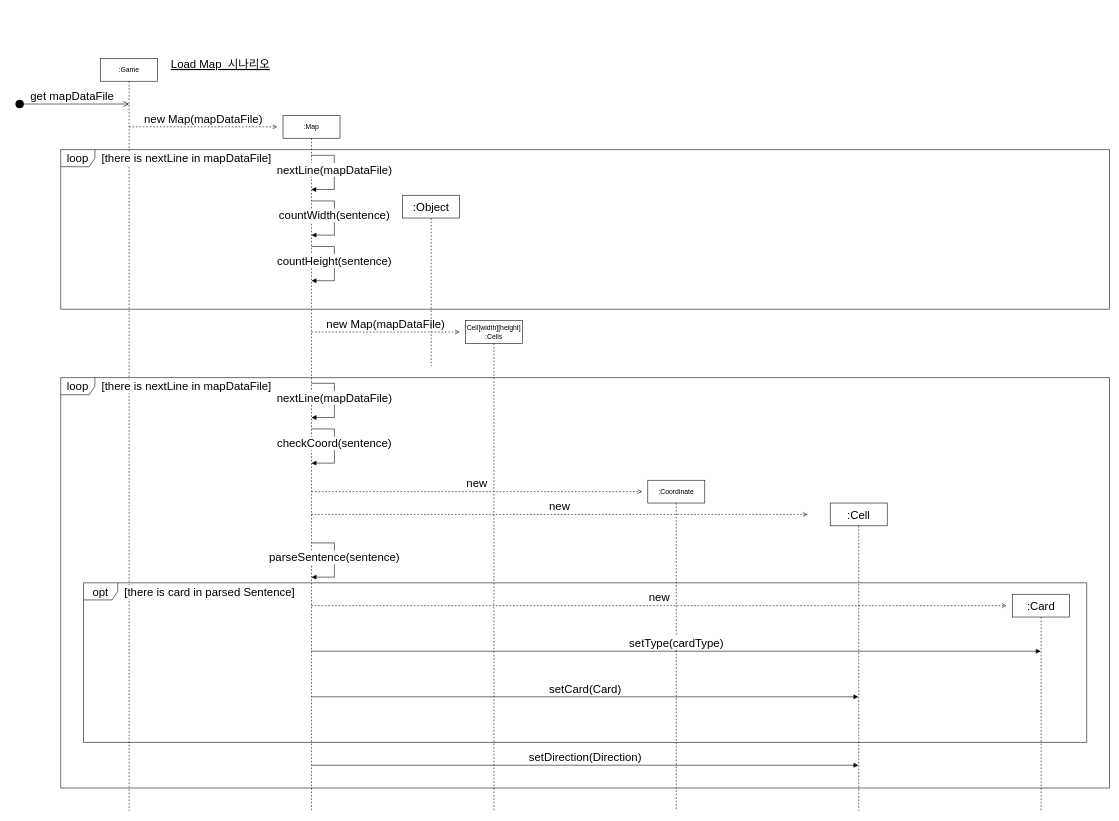
Earlier version of the draw.io diagram page "페이지-6" (6 of 7) of UML/usecase_Diagram.drawio (nakyoung98/softwareEnginnering). Source tidied: cells renumbered, new cells numbered last; positions are measured from the earlier drawing's top-left corner, leaving out a move shared by most shapes. Both pictures are drawn from the tidied source at 57%, with x=0, y=0 at pixel (15, 55).
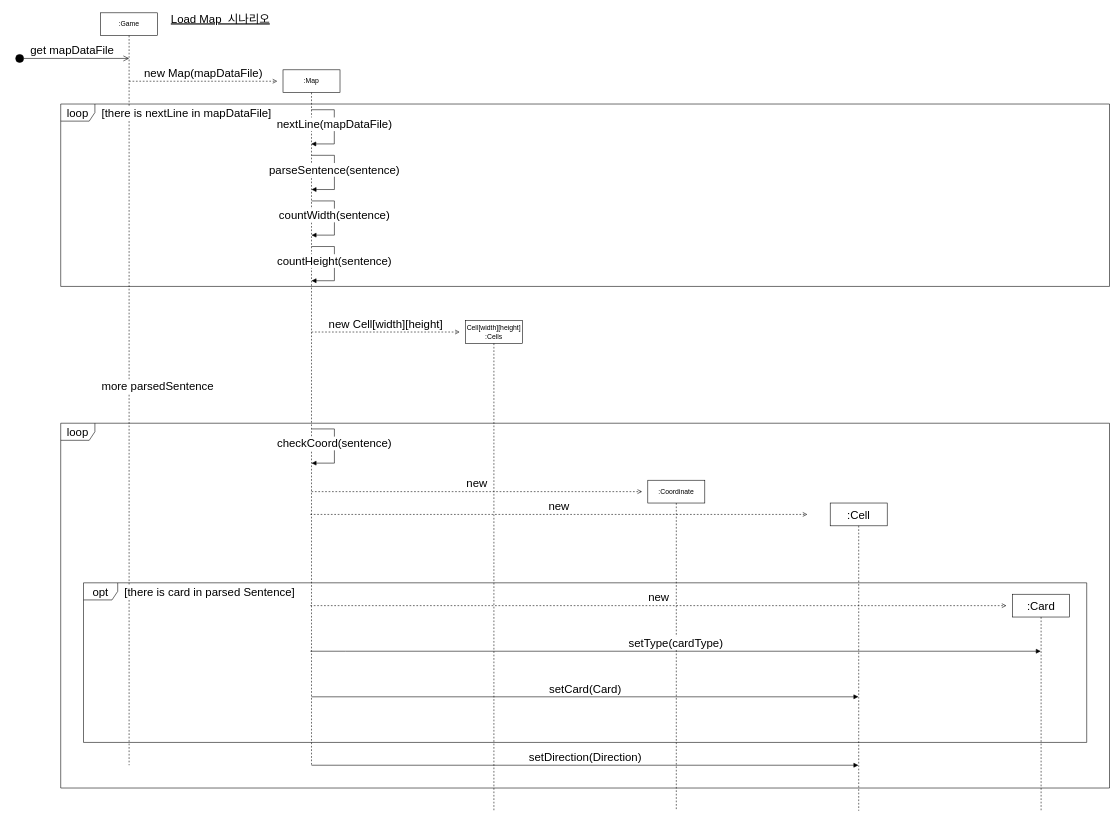
The same diagram, later.

Unchanged cells that the change refers to:
```xml
<mxCell id="3" value="opt" style="shape=umlFrame;whiteSpace=wrap;html=1;labelBackgroundColor=default;fontSize=20;" parent="1" vertex="1">
  <mxGeometry x="120" y="925" width="1760" height="280" as="geometry" />
</mxCell>
<mxCell id="20" value=":Cell" style="shape=umlLifeline;perimeter=lifelinePerimeter;whiteSpace=wrap;html=1;outlineConnect=0;fontSize=20;" parent="1" vertex="1">
  <mxGeometry x="1430" y="785" width="100" height="540" as="geometry" />
</mxCell>
<mxCell id="26" value=":Card" style="shape=umlLifeline;perimeter=lifelinePerimeter;whiteSpace=wrap;html=1;outlineConnect=0;fontSize=20;" parent="1" vertex="1">
  <mxGeometry x="1750" y="945" width="100" height="380" as="geometry" />
</mxCell>
```

The edit, as a diff of the source:
```diff
@@
     <mxCell id="2" value="loop" style="shape=umlFrame;whiteSpace=wrap;html=1;labelBackgroundColor=default;fontSize=20;" parent="1" vertex="1">
-      <mxGeometry x="80" y="565" width="1840" height="720" as="geometry" />
+      <mxGeometry x="80" y="645" width="1840" height="640" as="geometry" />
     </mxCell>
@@
     <mxCell id="4" value="loop" style="shape=umlFrame;whiteSpace=wrap;html=1;labelBackgroundColor=default;fontSize=20;" parent="1" vertex="1">
-      <mxGeometry x="80" y="165" width="1840" height="280" as="geometry" />
+      <mxGeometry x="80" y="85" width="1840" height="320" as="geometry" />
     </mxCell>
     <mxCell id="5" value=":Game" style="shape=umlLifeline;perimeter=lifelinePerimeter;whiteSpace=wrap;html=1;labelBackgroundColor=default;" parent="1" vertex="1">
-      <mxGeometry x="150" y="5" width="100" height="1320" as="geometry" />
+      <mxGeometry x="150" y="-75" width="100" height="1320" as="geometry" />
     </mxCell>
@@
     <mxCell id="8" value=":Map" style="shape=umlLifeline;perimeter=lifelinePerimeter;whiteSpace=wrap;html=1;outlineConnect=0;" parent="1" vertex="1">
-      <mxGeometry x="470" y="105" width="100" height="1220" as="geometry" />
+      <mxGeometry x="470" y="25" width="100" height="1220" as="geometry" />
     </mxCell>
     <mxCell id="9" value="countWidth(sentence)" style="html=1;verticalAlign=bottom;endArrow=block;rounded=0;fontSize=20;" parent="8" edge="1">
       <mxGeometry x="0.14" relative="1" as="geometry">
-        <mxPoint x="50" y="150" as="sourcePoint" />
-        <mxPoint x="50" y="210" as="targetPoint" />
+        <mxPoint x="50" y="230" as="sourcePoint" />
+        <mxPoint x="50" y="290" as="targetPoint" />
         <Array as="points">
-          <mxPoint x="90.2" y="150" />
-          <mxPoint x="90.2" y="210" />
+          <mxPoint x="90.2" y="230" />
+          <mxPoint x="90.2" y="290" />
         </Array>
       </mxGeometry>
     </mxCell>
-    <mxCell id="10" value="nextLine(mapDataFile)" style="html=1;verticalAlign=bottom;endArrow=block;rounded=0;fontSize=20;" parent="8" edge="1">
-      <mxGeometry x="0.14" relative="1" as="geometry">
-        <mxPoint x="50" y="470" as="sourcePoint" />
-        <mxPoint x="50" y="530" as="targetPoint" />
-        <Array as="points">
-          <mxPoint x="90.2" y="470" />
-          <mxPoint x="90.2" y="530" />
-        </Array>
-      </mxGeometry>
-    </mxCell>
     <mxCell id="11" value="checkCoord(sentence)" style="html=1;verticalAlign=bottom;endArrow=block;rounded=0;fontSize=20;" parent="8" edge="1">
       <mxGeometry x="0.14" relative="1" as="geometry">
-        <mxPoint x="50" y="550" as="sourcePoint" />
-        <mxPoint x="50" y="610" as="targetPoint" />
+        <mxPoint x="50" y="630" as="sourcePoint" />
+        <mxPoint x="50" y="690" as="targetPoint" />
         <Array as="points">
-          <mxPoint x="90.2" y="550" />
-          <mxPoint x="90.2" y="610" />
+          <mxPoint x="90.2" y="630" />
+          <mxPoint x="90.2" y="690" />
         </Array>
       </mxGeometry>
     </mxCell>
-    <mxCell id="12" value="parseSentence(sentence)" style="html=1;verticalAlign=bottom;endArrow=block;rounded=0;fontSize=20;" parent="8" edge="1">
-      <mxGeometry x="0.14" relative="1" as="geometry">
-        <mxPoint x="50" y="750" as="sourcePoint" />
-        <mxPoint x="50" y="810" as="targetPoint" />
-        <Array as="points">
-          <mxPoint x="90.2" y="750" />
-          <mxPoint x="90.2" y="810" />
-        </Array>
-      </mxGeometry>
-    </mxCell>
     <mxCell id="13" value="setCard(Card)" style="html=1;verticalAlign=bottom;endArrow=block;rounded=0;fontSize=20;" parent="8" edge="1" target="20">
       <mxGeometry relative="1" as="geometry">
-        <mxPoint x="50" y="1020" as="sourcePoint" />
+        <mxPoint x="50" y="1100" as="sourcePoint" />
       </mxGeometry>
     </mxCell>
     <mxCell id="14" value="setDirection(Direction)" style="html=1;verticalAlign=bottom;endArrow=block;rounded=0;fontSize=20;" parent="8" edge="1" target="20">
       <mxGeometry relative="1" as="geometry">
-        <mxPoint x="50" y="1140" as="sourcePoint" />
+        <mxPoint x="50" y="1220" as="sourcePoint" />
       </mxGeometry>
     </mxCell>
     <mxCell id="15" value="Load Map&amp;nbsp; 시나리오" style="text;html=1;align=center;verticalAlign=middle;strokeColor=none;fillColor=none;fontStyle=4;fontSize=20;" parent="1" vertex="1">
-      <mxGeometry x="260" width="200" height="30" as="geometry" />
+      <mxGeometry x="260" y="-80" width="200" height="30" as="geometry" />
     </mxCell>
     <mxCell id="16" value="[there is nextLine in mapDataFile]" style="text;html=1;strokeColor=none;fillColor=none;align=left;verticalAlign=middle;whiteSpace=wrap;rounded=0;labelBackgroundColor=default;fontSize=20;" parent="1" vertex="1">
-      <mxGeometry x="150" y="165" width="320" height="30" as="geometry" />
+      <mxGeometry x="150" y="85" width="320" height="30" as="geometry" />
     </mxCell>
     <mxCell id="17" value="nextLine(mapDataFile)" style="html=1;verticalAlign=bottom;endArrow=block;rounded=0;fontSize=20;" parent="1" edge="1" source="8" target="8">
       <mxGeometry x="0.14" relative="1" as="geometry">
         <Array as="points">
-          <mxPoint x="560" y="175" />
-          <mxPoint x="560" y="235" />
+          <mxPoint x="560" y="95" />
+          <mxPoint x="560" y="155" />
         </Array>
       </mxGeometry>
     </mxCell>
@@
-    <mxCell id="22" value="new Map(mapDataFile)" style="html=1;verticalAlign=bottom;endArrow=open;rounded=0;dashed=1;endFill=0;fontSize=20;" parent="1" edge="1">
+    <mxCell id="22" value="new Cell[width][height]" style="html=1;verticalAlign=bottom;endArrow=open;rounded=0;dashed=1;endFill=0;fontSize=20;" parent="1" edge="1">
       <mxGeometry relative="1" as="geometry">
         <mxPoint x="520" y="485" as="sourcePoint" />
         <mxPoint x="780" y="485" as="targetPoint" />
       </mxGeometry>
     </mxCell>
-    <mxCell id="23" value="[there is nextLine in mapDataFile]" style="text;html=1;strokeColor=none;fillColor=none;align=left;verticalAlign=middle;whiteSpace=wrap;rounded=0;labelBackgroundColor=default;fontSize=20;" parent="1" vertex="1">
+    <mxCell id="23" value="more parsedSentence" style="text;html=1;strokeColor=none;fillColor=none;align=left;verticalAlign=middle;whiteSpace=wrap;rounded=0;labelBackgroundColor=default;fontSize=20;" parent="1" vertex="1">
       <mxGeometry x="150" y="565" width="310" height="30" as="geometry" />
     </mxCell>
-    <mxCell id="24" value=":Object" style="shape=umlLifeline;perimeter=lifelinePerimeter;whiteSpace=wrap;html=1;labelBackgroundColor=default;fontSize=20;" parent="1" vertex="1">
-      <mxGeometry x="680" y="245" width="100" height="300" as="geometry" />
-    </mxCell>
@@
-    <mxCell id="27" value="new" style="html=1;verticalAlign=bottom;endArrow=open;rounded=0;dashed=1;endFill=0;fontSize=20;" parent="1" edge="1" source="8">
+    <mxCell id="27" value="new" style="html=1;verticalAlign=bottom;endArrow=open;rounded=0;dashed=1;endFill=0;fontSize=20;" parent="1" edge="1">
       <mxGeometry relative="1" as="geometry">
+        <mxPoint x="518" y="805" as="sourcePoint" />
         <mxPoint x="1390" y="805" as="targetPoint" />
       </mxGeometry>
     </mxCell>
@@
-    <mxCell id="29" value="new" style="html=1;verticalAlign=bottom;endArrow=open;rounded=0;dashed=1;endFill=0;fontSize=20;entryX=0.92;entryY=0.143;entryDx=0;entryDy=0;entryPerimeter=0;" parent="1" edge="1" source="8" target="3">
-      <mxGeometry relative="1" as="geometry" />
+    <mxCell id="29" value="new" style="html=1;verticalAlign=bottom;endArrow=open;rounded=0;dashed=1;endFill=0;fontSize=20;entryX=0.92;entryY=0.143;entryDx=0;entryDy=0;entryPerimeter=0;" parent="1" edge="1" target="3">
+      <mxGeometry relative="1" as="geometry">
+        <mxPoint x="518" y="965" as="sourcePoint" />
+      </mxGeometry>
     </mxCell>
-    <mxCell id="30" value="setType(cardType)" style="html=1;verticalAlign=bottom;endArrow=block;rounded=0;fontSize=20;" parent="1" edge="1" source="8" target="26">
+    <mxCell id="30" value="setType(cardType)" style="html=1;verticalAlign=bottom;endArrow=block;rounded=0;fontSize=20;" parent="1" edge="1" target="26">
       <mxGeometry relative="1" as="geometry">
+        <mxPoint x="518" y="1045" as="sourcePoint" />
         <Array as="points">
           <mxPoint x="580" y="1045" />
         </Array>
       </mxGeometry>
     </mxCell>
+    <mxCell id="12" value="parseSentence(sentence)" style="html=1;verticalAlign=bottom;endArrow=block;rounded=0;fontSize=20;" parent="1" edge="1">
+      <mxGeometry x="0.14" relative="1" as="geometry">
+        <mxPoint x="520" y="175" as="sourcePoint" />
+        <mxPoint x="520" y="235" as="targetPoint" />
+        <Array as="points">
+          <mxPoint x="560.2" y="175" />
+          <mxPoint x="560.2" y="235" />
+        </Array>
+      </mxGeometry>
+    </mxCell>
```
